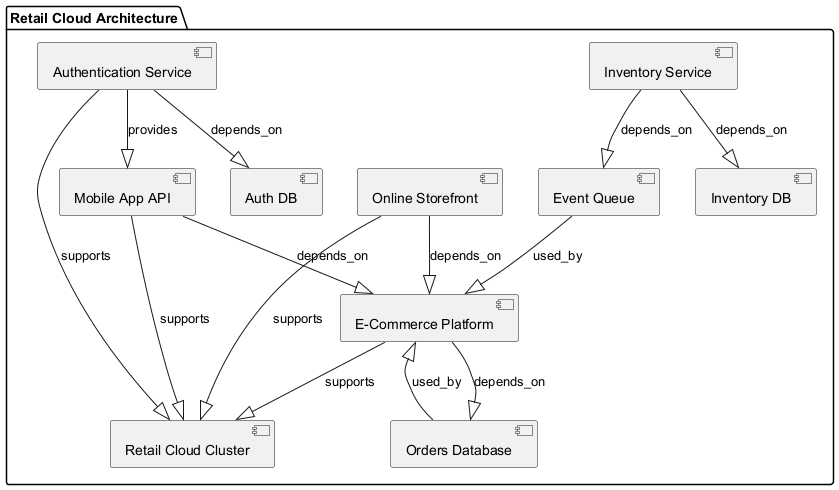
Before: plantuml2/static/cmdb_diagram.png, a diagram exported from PlantUML (aniket-017/PlantUml). The source it was exported from:
```plantuml
@startuml
package "Retail Cloud Architecture" {
    [Online Storefront] as APP001
    [E-Commerce Platform] as SVC001
    [Orders Database] as DB001
    [Event Queue] as MQ001
    [Inventory Service] as SVC002
    [Inventory DB] as DB002
    [Mobile App API] as APP002
    [Authentication Service] as AUTH001
    [Auth DB] as DB003
    [Retail Cloud Cluster] as SYS001

    APP001 --|> SVC001 : depends_on
    SVC001 --|> DB001 : depends_on
    MQ001 --|> SVC001 : used_by
    SVC002 --|> MQ001 : depends_on
    SVC002 --|> DB002 : depends_on
    APP002 --|> SVC001 : depends_on
    AUTH001 --|> APP002 : provides
    AUTH001 --|> DB003 : depends_on
    DB001 --|> SVC001 : used_by
    APP001 --|> SYS001 : supports
    SVC001 --|> SYS001 : supports
    APP002 --|> SYS001 : supports
    AUTH001 --|> SYS001 : supports
}
@enduml
```
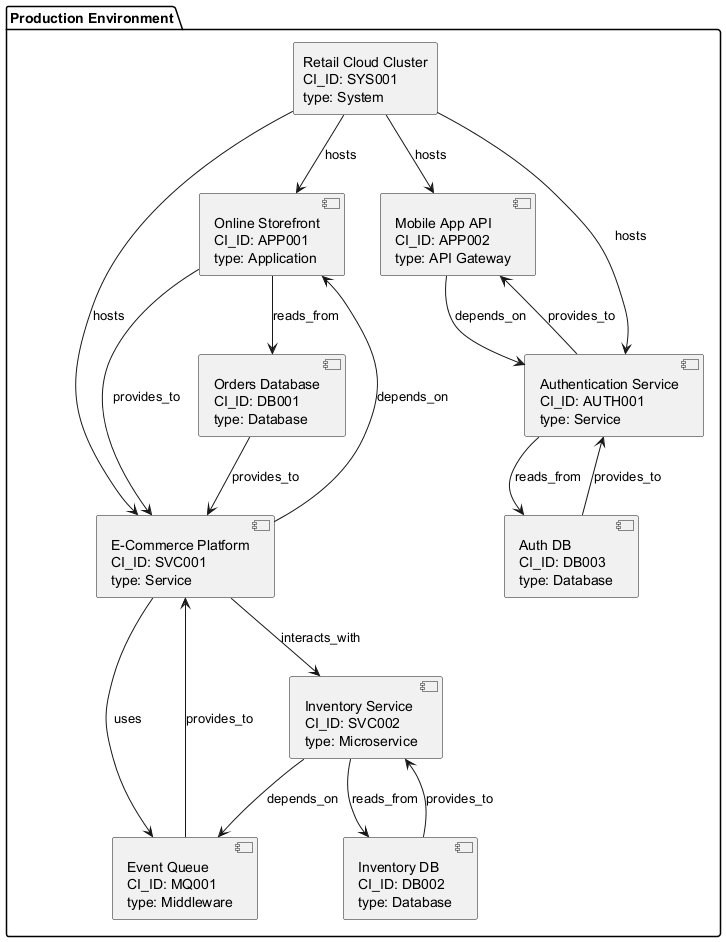
Above is the later version.

What changed in the source:
```diff
@@ -1,28 +1,40 @@
 @startuml
-package "Retail Cloud Architecture" {
-    [Online Storefront] as APP001
-    [E-Commerce Platform] as SVC001
-    [Orders Database] as DB001
-    [Event Queue] as MQ001
-    [Inventory Service] as SVC002
-    [Inventory DB] as DB002
-    [Mobile App API] as APP002
-    [Authentication Service] as AUTH001
-    [Auth DB] as DB003
-    [Retail Cloud Cluster] as SYS001
+package "Production Environment" {
+    component APP001 as "Online Storefront\nCI_ID: APP001\ntype: Application"
+    component SVC001 as "E-Commerce Platform\nCI_ID: SVC001\ntype: Service"
+    component DB001 as "Orders Database\nCI_ID: DB001\ntype: Database"
+    component MQ001 as "Event Queue\nCI_ID: MQ001\ntype: Middleware"
+    component SVC002 as "Inventory Service\nCI_ID: SVC002\ntype: Microservice"
+    component DB002 as "Inventory DB\nCI_ID: DB002\ntype: Database"
+    component APP002 as "Mobile App API\nCI_ID: APP002\ntype: API Gateway"
+    component AUTH001 as "Authentication Service\nCI_ID: AUTH001\ntype: Service"
+    component DB003 as "Auth DB\nCI_ID: DB003\ntype: Database"
+    rectangle SYS001 as "Retail Cloud Cluster\nCI_ID: SYS001\ntype: System"
+}
 
-    APP001 --|> SVC001 : depends_on
-    SVC001 --|> DB001 : depends_on
-    MQ001 --|> SVC001 : used_by
-    SVC002 --|> MQ001 : depends_on
-    SVC002 --|> DB002 : depends_on
-    APP002 --|> SVC001 : depends_on
-    AUTH001 --|> APP002 : provides
-    AUTH001 --|> DB003 : depends_on
-    DB001 --|> SVC001 : used_by
-    APP001 --|> SYS001 : supports
-    SVC001 --|> SYS001 : supports
-    APP002 --|> SYS001 : supports
-    AUTH001 --|> SYS001 : supports
-}
+APP001 --> SVC001 : provides_to
+SVC001 --> APP001 : depends_on
+
+APP001 --> DB001 : reads_from
+DB001 --> SVC001 : provides_to
+
+SVC001 --> MQ001 : uses
+MQ001 --> SVC001 : provides_to
+
+SVC001 --> SVC002 : interacts_with
+SVC002 --> MQ001 : depends_on
+
+SVC002 --> DB002 : reads_from
+DB002 --> SVC002 : provides_to
+
+APP002 --> AUTH001 : depends_on
+AUTH001 --> APP002 : provides_to
+
+AUTH001 --> DB003 : reads_from
+DB003 --> AUTH001 : provides_to
+
+SYS001 --> APP001 : hosts
+SYS001 --> SVC001 : hosts
+SYS001 --> APP002 : hosts
+SYS001 --> AUTH001 : hosts
 @enduml
```
